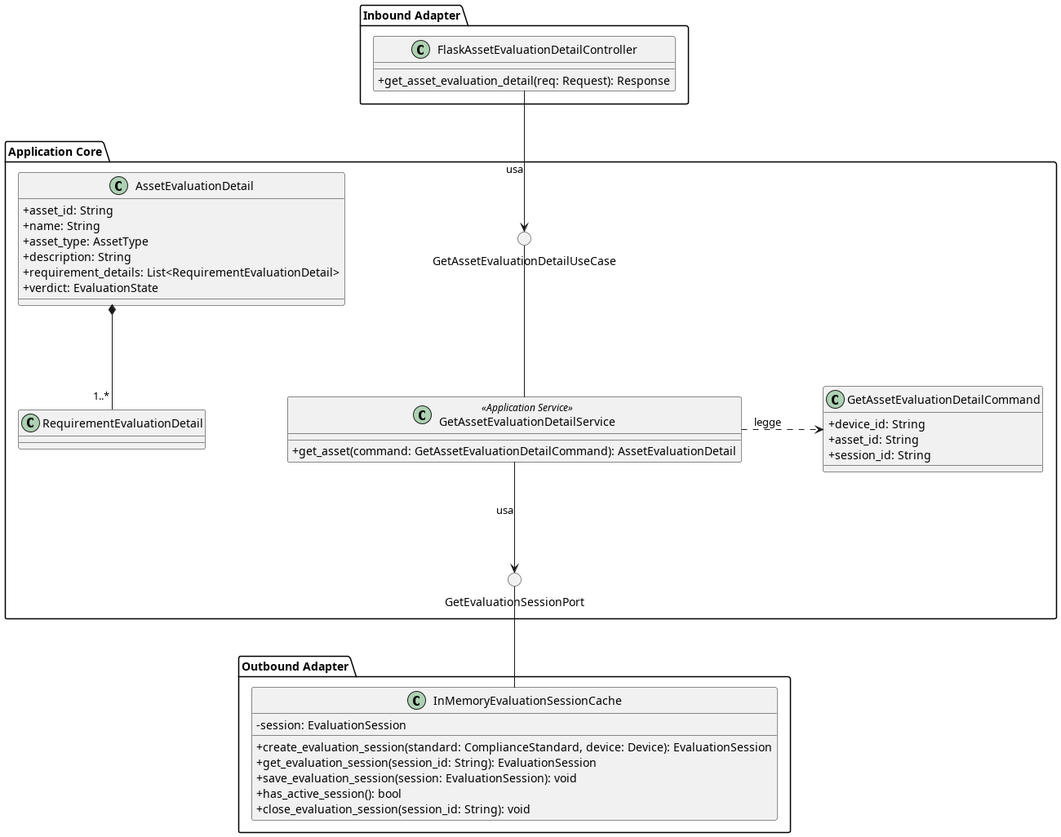
Earlier version of the PlantUML export src/PB/DocumentazioneEsterna/Specifica_Tecnica/content/05-diagrammi-classi/uml/png/GetAssetEvaluationDetail/GetAssetEvaluationDetail.png (GroupRubberDuck/Documentazione). Source of this version:
```plantuml
@startuml GetAssetEvaluationDetail
skinparam linetype ortho
skinparam nodesep 100
skinparam ranksep 100
skinparam classAttributeIconSize 0

package "Inbound Adapter" {
    !include InboundAdapters/FlaskAssetEvaluationDetailController.puml
}

package "Application Core" {

    () "GetAssetEvaluationDetailUseCase"

    !include Command/GetAssetEvaluationDetailCommand.puml

    !include Domain/AssetEvaluationDetail.puml

    !include ApplicationServices/GetAssetEvaluationDetailService.puml

    () "GetEvaluationSessionPort"

    GetAssetEvaluationDetailService -up- GetAssetEvaluationDetailUseCase
    GetAssetEvaluationDetailService .> GetAssetEvaluationDetailCommand : legge
    GetAssetEvaluationDetailService --> GetEvaluationSessionPort : usa
}

package "Outbound Adapter" {
    !include OutboundAdapters/InMemoryEvaluationSessionCache.puml
}

FlaskAssetEvaluationDetailController --> GetAssetEvaluationDetailUseCase : usa
InMemoryEvaluationSessionCache -up- GetEvaluationSessionPort

@enduml
```
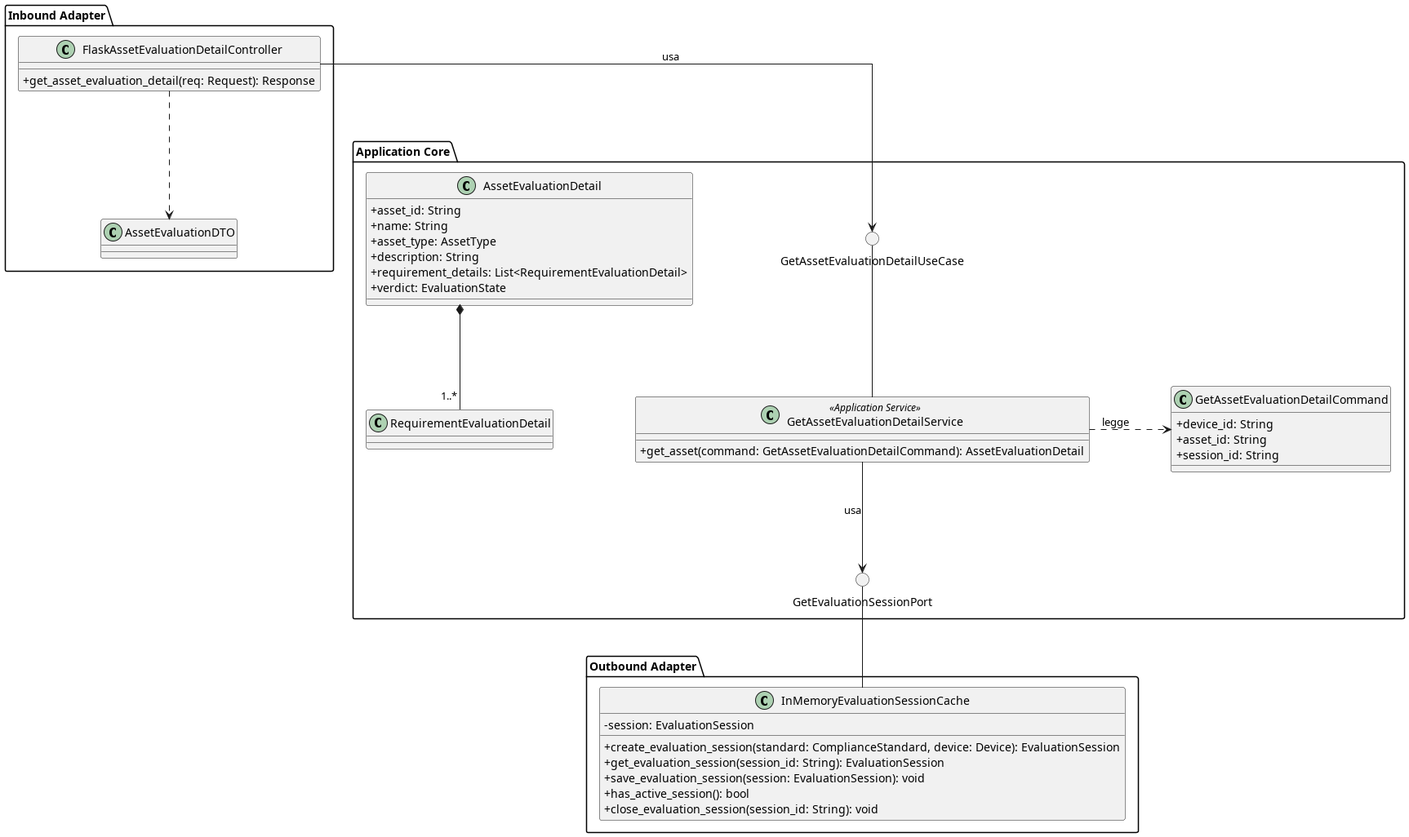
Later version of the same file.

Commit message:
Terminati diagrammi di dominio e aggiunti diagrammi evaluation dto

Change to the diagram source:
```diff
@@ -6,6 +6,7 @@
 
 package "Inbound Adapter" {
     !include InboundAdapters/FlaskAssetEvaluationDetailController.puml
+    FlaskAssetEvaluationDetailController ..> AssetEvaluationDTO
 }
 
 package "Application Core" {
```
